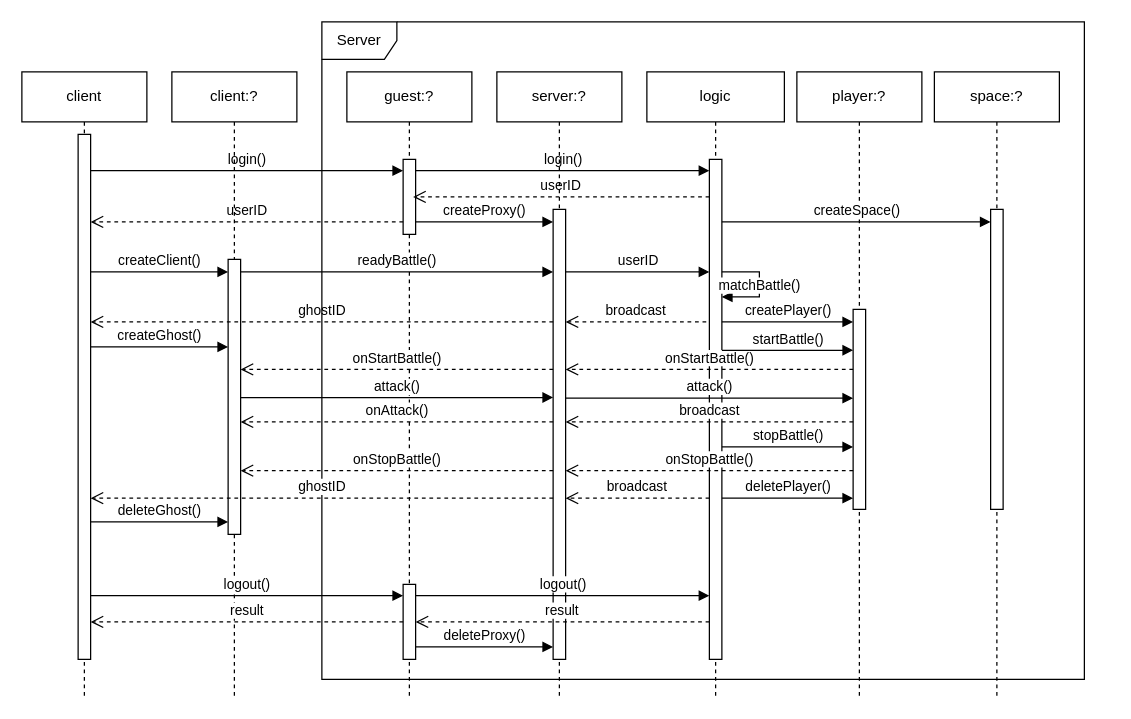
Earlier version of the draw.io diagram page "调用流程" (3 of 3) of Document/OpenMS.drawio (ChivenZhang/OpenMS). Source tidied: cells renumbered, new cells numbered last; positions are measured from the earlier drawing's top-left corner, leaving out a move shared by most shapes. Both pictures are drawn from the tidied source at 125%, with x=0, y=0 at pixel (21, 21).
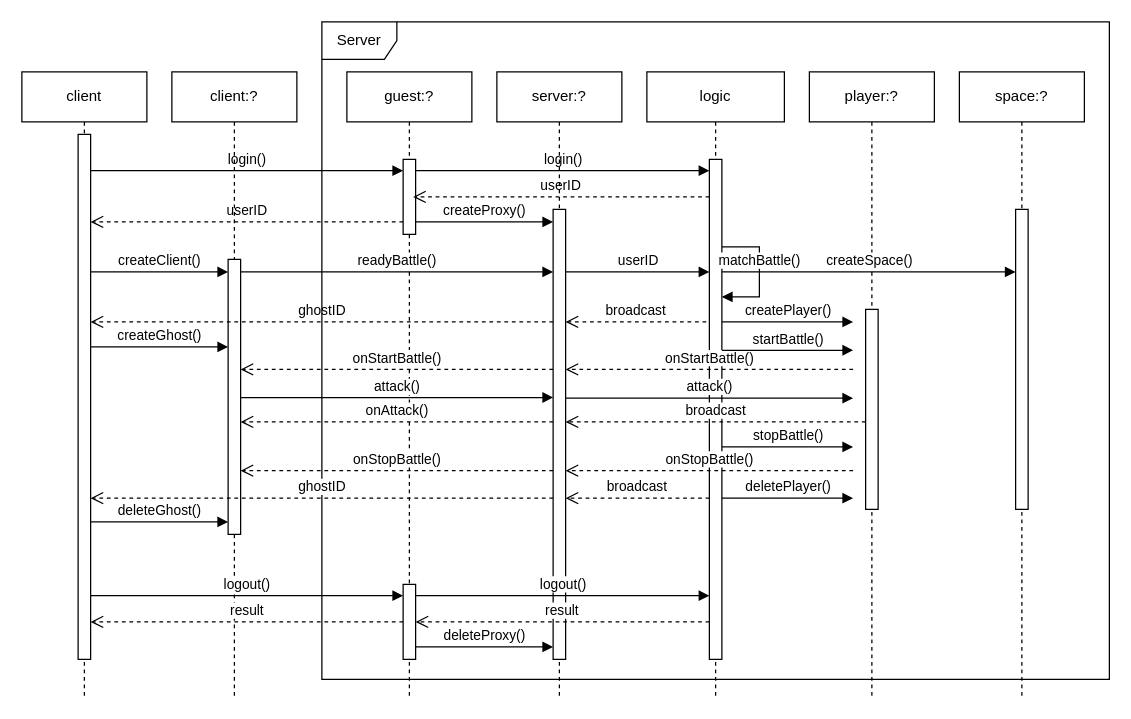
After the change.

Unchanged cells that the change refers to:
```xml
<mxCell id="9" value="logic" style="shape=umlLifeline;perimeter=lifelinePerimeter;whiteSpace=wrap;html=1;newEdgeStyle={&quot;curved&quot;:0,&quot;rounded&quot;:0};" parent="1" vertex="1">
  <mxGeometry x="500" y="40" width="110" height="500" as="geometry" />
</mxCell>
<mxCell id="10" style="html=1;points=[[0,0,0,0,5],[0,1,0,0,-5],[1,0,0,0,5],[1,1,0,0,-5]];perimeter=orthogonalPerimeter;outlineConnect=0;targetShapes=umlLifeline;portConstraint=eastwest;newEdgeStyle={&quot;curved&quot;:0,&quot;rounded&quot;:0};" parent="9" vertex="1">
  <mxGeometry x="50" y="70" width="10" height="400" as="geometry" />
</mxCell>
<mxCell id="48" style="html=1;points=[[0,0,0,0,5],[0,1,0,0,-5],[1,0,0,0,5],[1,1,0,0,-5]];perimeter=orthogonalPerimeter;outlineConnect=0;targetShapes=umlLifeline;portConstraint=eastwest;newEdgeStyle={&quot;curved&quot;:0,&quot;rounded&quot;:0};" parent="47" vertex="1">
  <mxGeometry x="45" y="110" width="10" height="240" as="geometry" />
</mxCell>
```

The edit, as a diff of the source:
```diff
@@
     <mxCell id="7" value="player:?" style="shape=umlLifeline;perimeter=lifelinePerimeter;whiteSpace=wrap;html=1;newEdgeStyle={&quot;curved&quot;:0,&quot;rounded&quot;:0};" parent="1" vertex="1">
-      <mxGeometry x="620" y="40" width="100" height="500" as="geometry" />
+      <mxGeometry x="630" y="40" width="100" height="500" as="geometry" />
     </mxCell>
@@
+    <mxCell id="49" value="matchBattle()" style="html=1;verticalAlign=bottom;endArrow=block;curved=0;rounded=0;" parent="9" edge="1" source="10" target="10">
+      <mxGeometry relative="1" as="geometry">
+        <Array as="points">
+          <mxPoint x="90" y="140" />
+          <mxPoint x="90" y="180" />
+        </Array>
+      </mxGeometry>
+    </mxCell>
@@
     <mxCell id="27" value="Server" style="shape=umlFrame;whiteSpace=wrap;html=1;" parent="1" vertex="1">
-      <mxGeometry x="240" width="610" height="526" as="geometry" />
+      <mxGeometry x="240" width="630" height="526" as="geometry" />
     </mxCell>
@@
     <mxCell id="47" value="space:?" style="shape=umlLifeline;perimeter=lifelinePerimeter;whiteSpace=wrap;html=1;newEdgeStyle={&quot;curved&quot;:0,&quot;rounded&quot;:0};" parent="1" vertex="1">
-      <mxGeometry x="730" y="40" width="100" height="500" as="geometry" />
+      <mxGeometry x="750" y="40" width="100" height="500" as="geometry" />
     </mxCell>
@@
-    <mxCell id="49" value="matchBattle()" style="html=1;verticalAlign=bottom;endArrow=block;curved=0;rounded=0;" parent="1" edge="1" target="10">
-      <mxGeometry x="0.25" relative="1" as="geometry">
-        <mxPoint x="560" y="200" as="sourcePoint" />
-        <Array as="points">
-          <mxPoint x="590" y="200" />
-          <mxPoint x="590" y="220" />
-        </Array>
-      </mxGeometry>
-    </mxCell>
-    <mxCell id="50" value="createSpace()" style="html=1;verticalAlign=bottom;endArrow=block;curved=0;rounded=0;" parent="1" edge="1">
+    <mxCell id="50" value="createSpace()" style="html=1;verticalAlign=bottom;endArrow=block;curved=0;rounded=0;" parent="1" edge="1" target="48">
       <mxGeometry relative="1" as="geometry">
-        <mxPoint x="560" y="160" as="sourcePoint" />
-        <mxPoint x="775" y="160" as="targetPoint" />
+        <mxPoint x="560" y="200" as="sourcePoint" />
       </mxGeometry>
     </mxCell>
```
